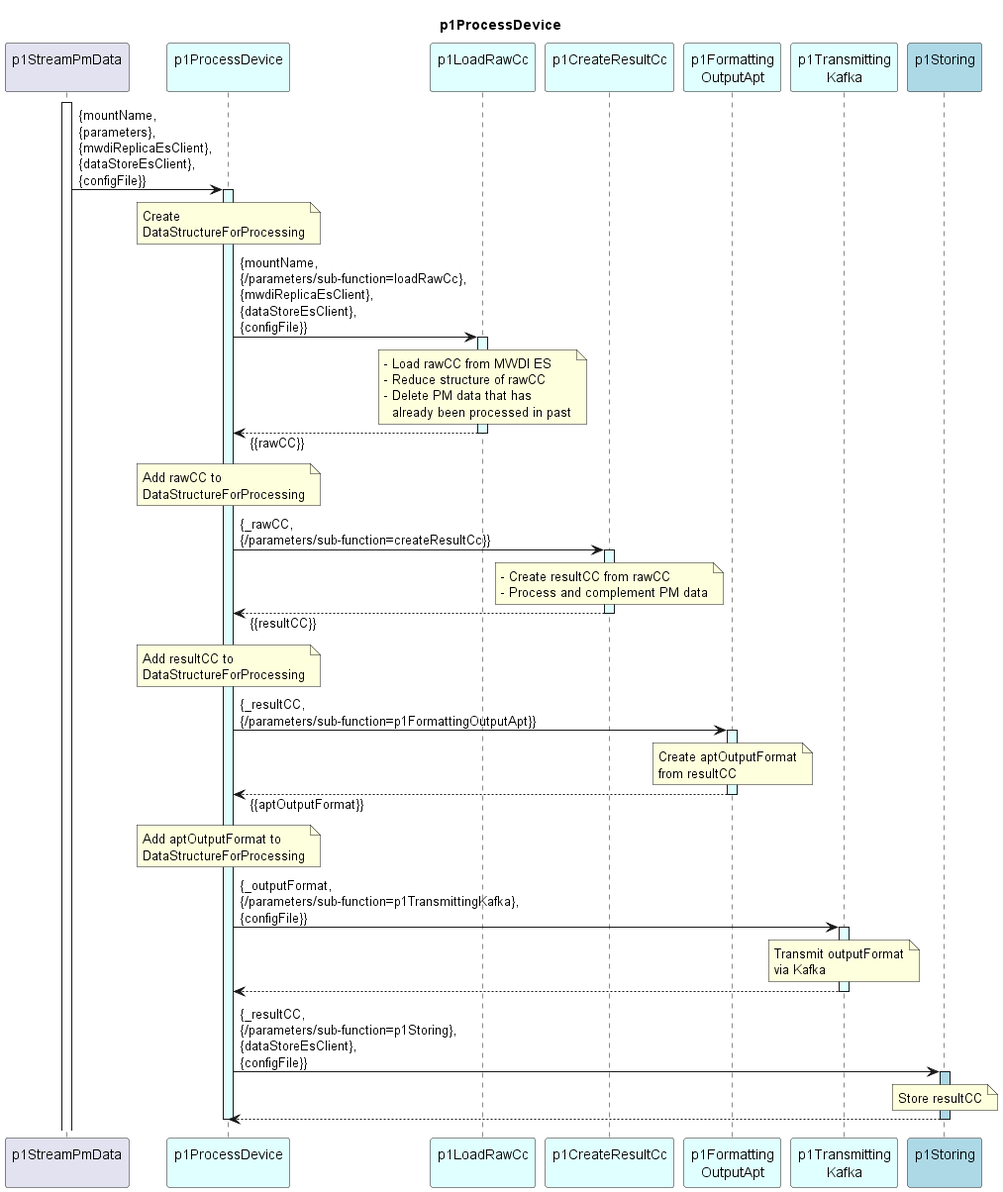
Earlier version of the PlantUML export spec/Functions/specificFunctions/p1StreamPmData/p1ProcessDevice/1.0.0/p1ProcessDevice.png (openBackhaul/DevicePerformanceManagementDataProcessor).
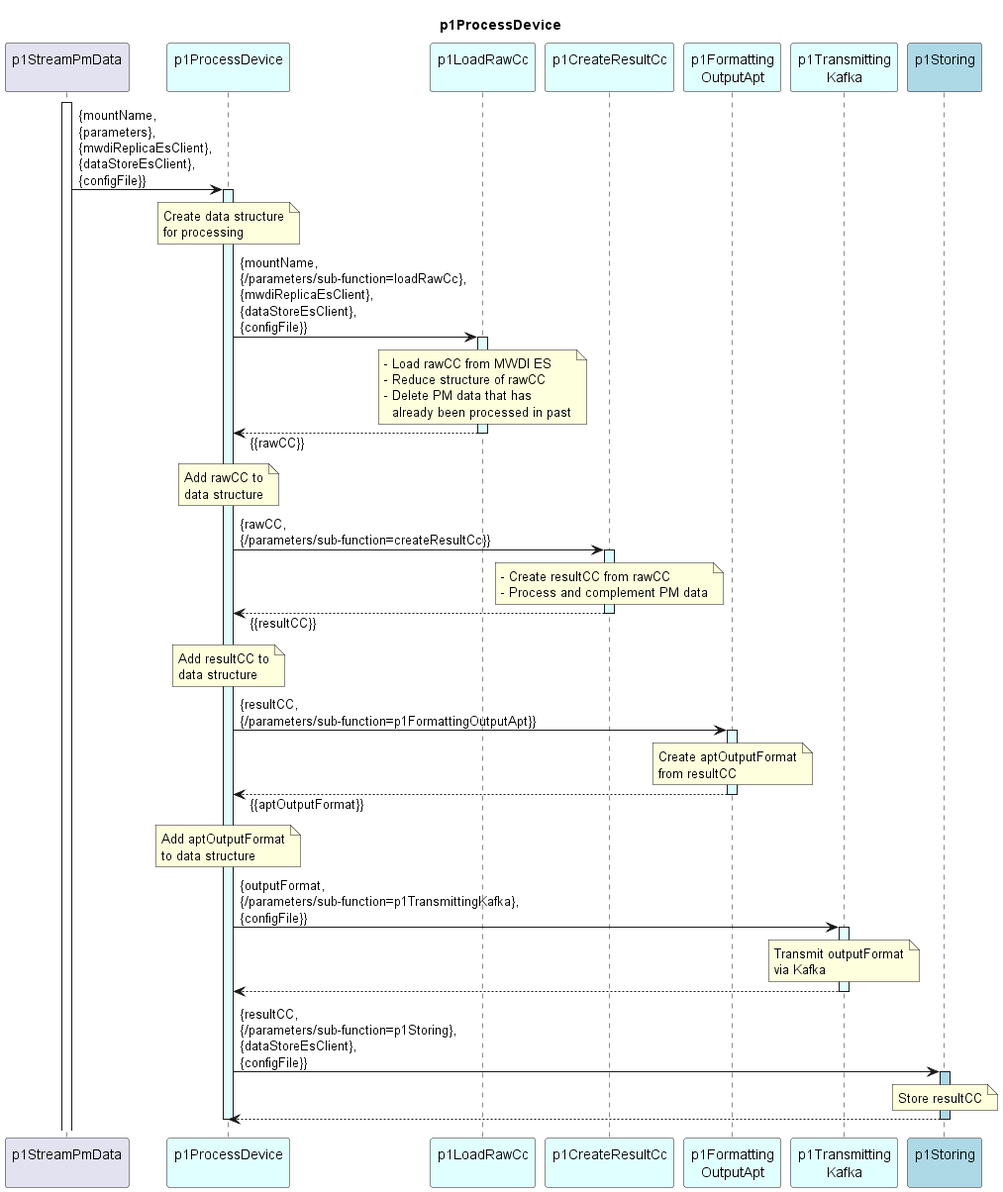
Later version of the same file.

The edit, as a diff of the source:
```diff
@@ -20,8 +20,8 @@
 activate p1ProOrch #LightCyan
 
   note over p1ProOrch
-    Create
-    DataStructureForProcessing
+    Create data structure
+    for processing
   end note
 
   p1ProOrch -> p1AddRaw : {mountName,\n{/parameters/sub-function=loadRawCc},\n{mwdiReplicaEsClient},\n{dataStoreEsClient},\n{configFile}}
@@ -39,10 +39,10 @@
 
   note over p1ProOrch
     Add rawCC to
-    DataStructureForProcessing
+    data structure
   end note
 
-  p1ProOrch -> p1CRC : {_rawCC,\n{/parameters/sub-function=createResultCc}}
+  p1ProOrch -> p1CRC : {rawCC,\n{/parameters/sub-function=createResultCc}}
   activate p1CRC #LightCyan
 
     note over p1CRC
@@ -55,10 +55,10 @@
 
   note over p1ProOrch
     Add resultCC to
-    DataStructureForProcessing
+    data structure
   end note
 
-  p1ProOrch -> p1Output : {_resultCC,\n{/parameters/sub-function=p1FormattingOutputApt}}
+  p1ProOrch -> p1Output : {resultCC,\n{/parameters/sub-function=p1FormattingOutputApt}}
   activate p1Output #LightCyan
 
     note over p1Output
@@ -70,11 +70,11 @@
   deactivate p1Output
 
   note over p1ProOrch
-    Add aptOutputFormat to
-    DataStructureForProcessing
+    Add aptOutputFormat
+    to data structure
   end note
 
-  p1ProOrch -> p1Trans : {_outputFormat,\n{/parameters/sub-function=p1TransmittingKafka},\n{configFile}}
+  p1ProOrch -> p1Trans : {outputFormat,\n{/parameters/sub-function=p1TransmittingKafka},\n{configFile}}
   activate p1Trans #LightCyan
 
     note over p1Trans
@@ -85,7 +85,7 @@
   p1ProOrch <-- p1Trans
   deactivate p1Trans
 
-  p1ProOrch -> p1Store : {_resultCC,\n{/parameters/sub-function=p1Storing},\n{dataStoreEsClient},\n{configFile}}
+  p1ProOrch -> p1Store : {resultCC,\n{/parameters/sub-function=p1Storing},\n{dataStoreEsClient},\n{configFile}}
   activate p1Store #LightBlue
 
     note over p1Store
```
